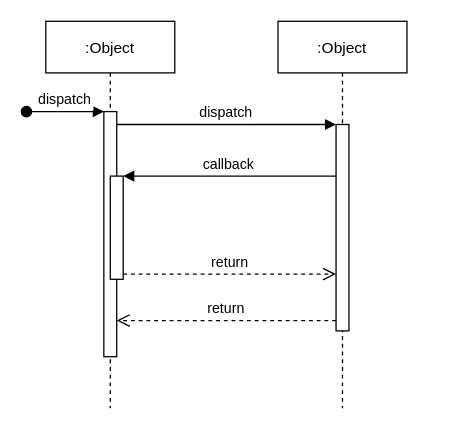
staffanbo/try_git keeps this draw.io diagram as Untitled Diagram.drawio. Above is the earlier version. Source tidied: cells renumbered, new cells numbered last; positions are measured from the earlier drawing's top-left corner, leaving out a move shared by most shapes. Both pictures are drawn from the tidied source at 129%, with x=0, y=0 at pixel (26, 21).
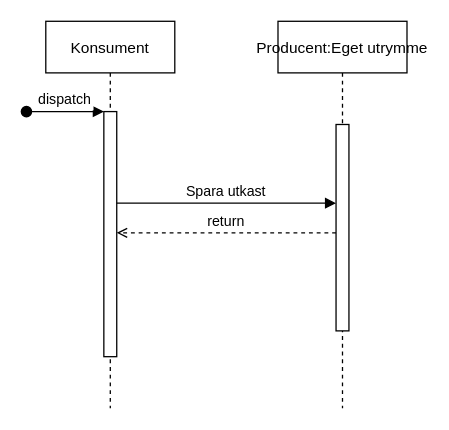
The same page after the edit.

Commit message:
Eget utrymme Diagram.drawio

What changed in the source:
```diff
@@
 <mxGraphModel>
   <root>
     <mxCell id="0" />
     <mxCell id="1" parent="0" />
-    <mxCell id="2" value=":Object" style="shape=umlLifeline;perimeter=lifelinePerimeter;rounded=0;shadow=0;strokeWidth=1;" parent="1" vertex="1">
+    <mxCell id="2" value="Konsument" style="shape=umlLifeline;perimeter=lifelinePerimeter;rounded=0;shadow=0;strokeWidth=1;" parent="1" vertex="1">
       <mxGeometry x="15" width="100" height="300" as="geometry" />
     </mxCell>
     <mxCell id="3" style="points=[];perimeter=orthogonalPerimeter;rounded=0;shadow=0;strokeWidth=1;" parent="2" vertex="1">
       <mxGeometry x="45" y="70" width="10" height="190" as="geometry" />
     </mxCell>
     <mxCell id="4" value="dispatch" style="verticalAlign=bottom;startArrow=oval;endArrow=block;startSize=8;shadow=0;strokeWidth=1;" parent="2" edge="1" target="3">
       <mxGeometry relative="1" as="geometry">
         <mxPoint x="-15" y="70" as="sourcePoint" />
       </mxGeometry>
     </mxCell>
-    <mxCell id="5" style="points=[];perimeter=orthogonalPerimeter;rounded=0;shadow=0;strokeWidth=1;" parent="2" vertex="1">
-      <mxGeometry x="50" y="120" width="10" height="80" as="geometry" />
-    </mxCell>
-    <mxCell id="6" value=":Object" style="shape=umlLifeline;perimeter=lifelinePerimeter;rounded=0;shadow=0;strokeWidth=1;" parent="1" vertex="1">
+    <mxCell id="6" value="Producent:Eget utrymme" style="shape=umlLifeline;perimeter=lifelinePerimeter;rounded=0;shadow=0;strokeWidth=1;" parent="1" vertex="1">
       <mxGeometry x="195" width="100" height="300" as="geometry" />
     </mxCell>
     <mxCell id="7" style="points=[];perimeter=orthogonalPerimeter;rounded=0;shadow=0;strokeWidth=1;" parent="6" vertex="1">
       <mxGeometry x="45" y="80" width="10" height="160" as="geometry" />
     </mxCell>
-    <mxCell id="8" value="return" style="verticalAlign=bottom;endArrow=open;dashed=1;endSize=8;exitX=0;exitY=0.95;shadow=0;strokeWidth=1;" parent="1" edge="1" source="7" target="3">
-      <mxGeometry relative="1" as="geometry" />
+    <mxCell id="8" value="return" style="verticalAlign=bottom;endArrow=open;dashed=1;exitX=0;exitY=0.95;shadow=0;strokeWidth=1;" parent="1" edge="1">
+      <mxGeometry relative="1" as="geometry">
+        <mxPoint x="240" y="164" as="sourcePoint" />
+        <mxPoint x="70" y="164" as="targetPoint" />
+      </mxGeometry>
     </mxCell>
-    <mxCell id="9" value="dispatch" style="verticalAlign=bottom;endArrow=block;entryX=0;entryY=0;shadow=0;strokeWidth=1;" parent="1" edge="1" source="3" target="7">
-      <mxGeometry relative="1" as="geometry" />
+    <mxCell id="9" value="Spara utkast" style="verticalAlign=bottom;endArrow=block;entryX=0;entryY=0;shadow=0;strokeWidth=1;" parent="1" edge="1">
+      <mxGeometry relative="1" as="geometry">
+        <mxPoint x="70" y="141" as="sourcePoint" />
+        <mxPoint x="240" y="141" as="targetPoint" />
+      </mxGeometry>
     </mxCell>
-    <mxCell id="10" value="callback" style="verticalAlign=bottom;endArrow=block;entryX=1;entryY=0;shadow=0;strokeWidth=1;" parent="1" edge="1" source="7" target="5">
-      <mxGeometry relative="1" as="geometry" />
-    </mxCell>
-    <mxCell id="11" value="return" style="verticalAlign=bottom;endArrow=open;dashed=1;endSize=8;exitX=1;exitY=0.95;shadow=0;strokeWidth=1;" parent="1" edge="1" source="5" target="7">
-      <mxGeometry relative="1" as="geometry" />
-    </mxCell>
   </root>
 </mxGraphModel>
```
